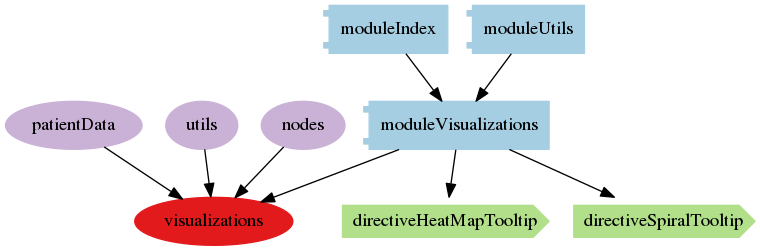
The Graphviz diagram architecture/png/modules/moduleVisualizations.png in nevesnunes/MultiViz, before a commit. Its source is kept beside it as architecture/dot/modules/moduleVisualizations.dot. The source it was exported from:
```dot
digraph dependencies {
  node[shape="component",style="filled",colorscheme=paired12]


    node[shape="component"]
    "moduleVisualizations"[label="moduleVisualizations", color=1]


      "moduleIndex"[label="moduleIndex", color=1]
      "moduleIndex" -> "moduleVisualizations"

      "moduleUtils"[label="moduleUtils", color=1]
      "moduleUtils" -> "moduleVisualizations"



    node[shape="ellipse"]








      "visualizations"[label="visualizations", color=6]
      "moduleVisualizations" -> "visualizations"


    node[shape="cds"]



      "directiveHeatMapTooltip"[label="directiveHeatMapTooltip", color=3]
      "moduleVisualizations" -> "directiveHeatMapTooltip"

      "directiveSpiralTooltip"[label="directiveSpiralTooltip", color=3]
      "moduleVisualizations" -> "directiveSpiralTooltip"










    node[shape="ellipse",style="filled", color=9]















        "patientData"[label="patientData"]
        "patientData" -> "visualizations"

        "utils"[label="utils"]
        "utils" -> "visualizations"

        "nodes"[label="nodes"]
        "nodes" -> "visualizations"






}
```
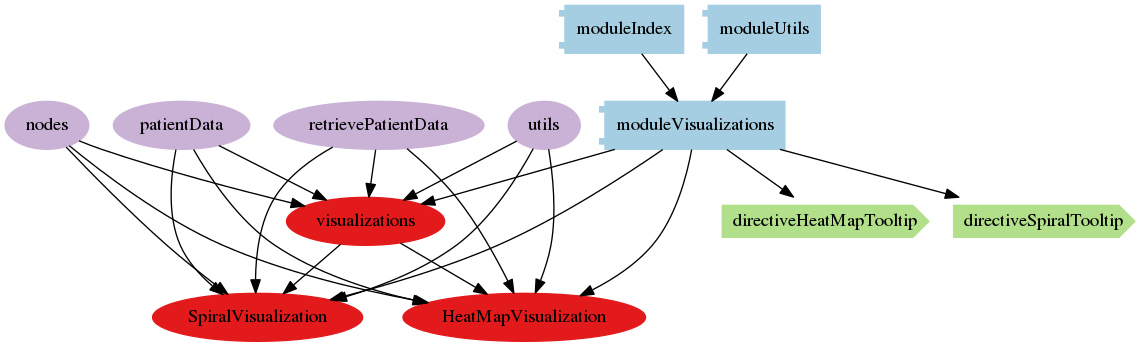
Above is the later version.

The edit, as a diff of the source:
```diff
@@ -22,6 +22,12 @@
 
 
 
+
+      "HeatMapVisualization"[label="HeatMapVisualization", color=6]
+      "moduleVisualizations" -> "HeatMapVisualization"
+
+      "SpiralVisualization"[label="SpiralVisualization", color=6]
+      "moduleVisualizations" -> "SpiralVisualization"
 
       "visualizations"[label="visualizations", color=6]
       "moduleVisualizations" -> "visualizations"
@@ -62,8 +68,45 @@
 
 
 
+        "visualizations"[label="visualizations"]
+        "visualizations" -> "HeatMapVisualization"
+
+        "patientData"[label="patientData"]
+        "patientData" -> "HeatMapVisualization"
+
+        "retrievePatientData"[label="retrievePatientData"]
+        "retrievePatientData" -> "HeatMapVisualization"
+
+        "utils"[label="utils"]
+        "utils" -> "HeatMapVisualization"
+
+        "nodes"[label="nodes"]
+        "nodes" -> "HeatMapVisualization"
+
+
+
+        "visualizations"[label="visualizations"]
+        "visualizations" -> "SpiralVisualization"
+
+        "patientData"[label="patientData"]
+        "patientData" -> "SpiralVisualization"
+
+        "retrievePatientData"[label="retrievePatientData"]
+        "retrievePatientData" -> "SpiralVisualization"
+
+        "utils"[label="utils"]
+        "utils" -> "SpiralVisualization"
+
+        "nodes"[label="nodes"]
+        "nodes" -> "SpiralVisualization"
+
+
+
         "patientData"[label="patientData"]
         "patientData" -> "visualizations"
+
+        "retrievePatientData"[label="retrievePatientData"]
+        "retrievePatientData" -> "visualizations"
 
         "utils"[label="utils"]
         "utils" -> "visualizations"
```
